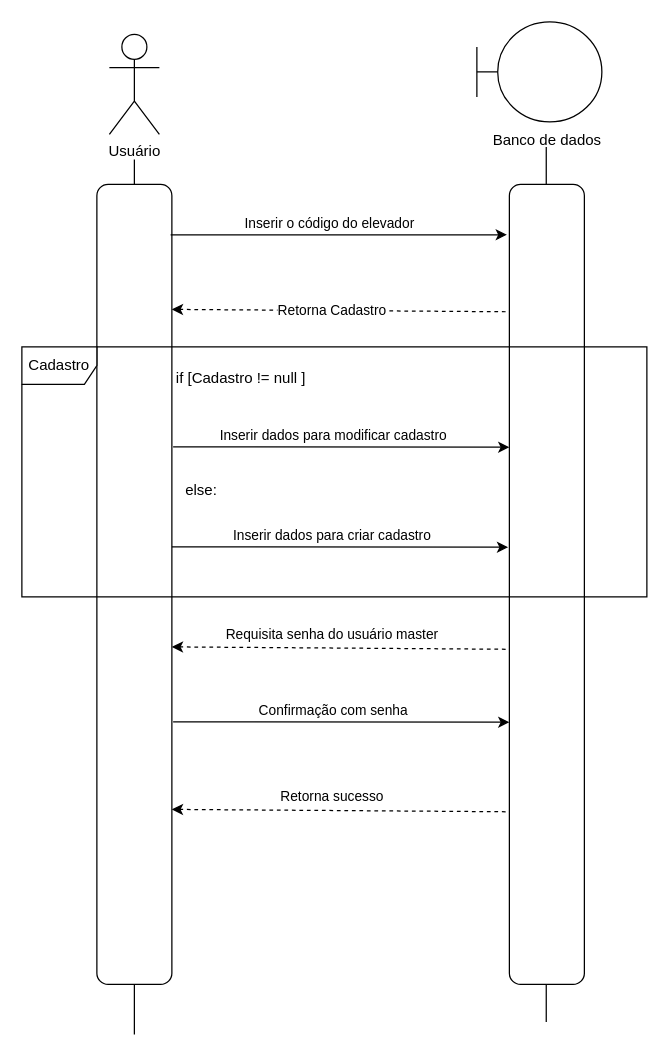
Above: SequenciaCadastroEle.drawio in joca2511/projElevadorUML (draw.io), before the change. Source tidied: cells renumbered, new cells numbered last; positions are measured from the earlier drawing's top-left corner, leaving out a move shared by most shapes. Both pictures are drawn from the tidied source at 125%, with x=0, y=0 at pixel (-266, 21).
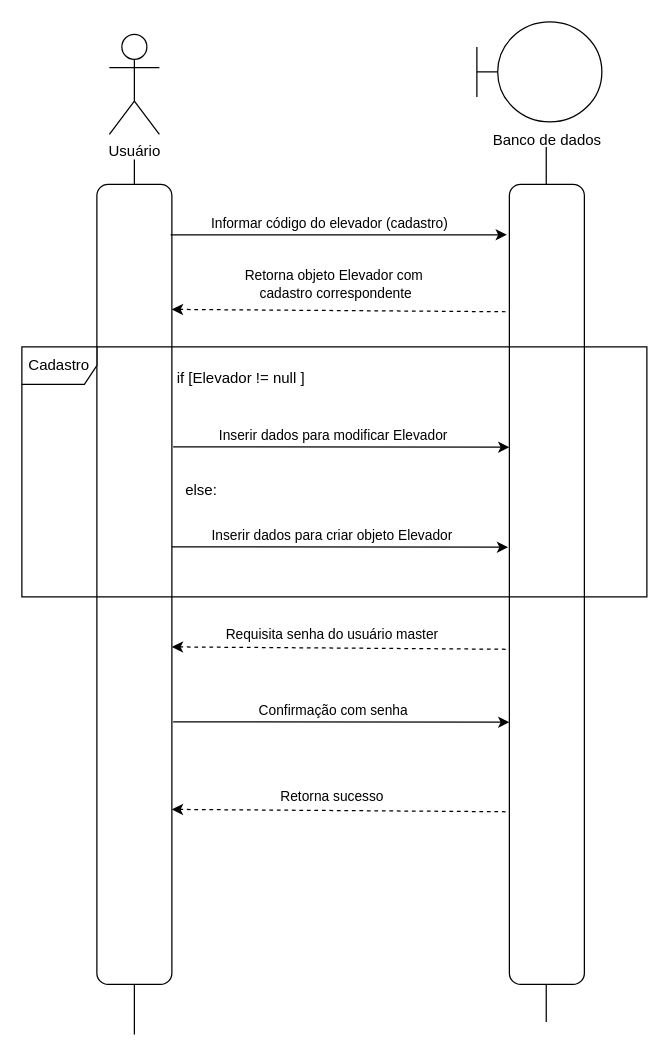
Above is the later version.

Unchanged cells that the change refers to:
```xml
<mxCell id="6" style="endArrow=classic;html=1;rounded=0;exitX=0.063;exitY=0.017;exitDx=0;exitDy=0;exitPerimeter=0;entryX=0.063;entryY=1.033;entryDx=0;entryDy=0;entryPerimeter=0;" parent="1" edge="1" source="5">
  <mxGeometry relative="1" as="geometry">
    <mxPoint x="618" y="170.3" as="targetPoint" />
  </mxGeometry>
</mxCell>
<mxCell id="13" style="endArrow=classic;html=1;rounded=0;exitX=0.222;exitY=1.05;exitDx=0;exitDy=0;exitPerimeter=0;entryX=0.219;entryY=0;entryDx=0;entryDy=0;entryPerimeter=0;endFill=1;strokeColor=default;dashed=1;" parent="1" edge="1">
  <mxGeometry relative="1" as="geometry">
    <mxPoint x="617" y="231.9" as="sourcePoint" />
    <mxPoint x="350" y="230" as="targetPoint" />
  </mxGeometry>
</mxCell>
<mxCell id="15" style="endArrow=classic;html=1;rounded=0;exitX=0.063;exitY=0.017;exitDx=0;exitDy=0;exitPerimeter=0;entryX=0.063;entryY=1.033;entryDx=0;entryDy=0;entryPerimeter=0;" parent="1" edge="1">
  <mxGeometry relative="1" as="geometry">
    <mxPoint x="351" y="340" as="sourcePoint" />
    <mxPoint x="620" y="340.3" as="targetPoint" />
  </mxGeometry>
</mxCell>
<mxCell id="20" style="endArrow=classic;html=1;rounded=0;exitX=0.063;exitY=0.017;exitDx=0;exitDy=0;exitPerimeter=0;entryX=0.063;entryY=1.033;entryDx=0;entryDy=0;entryPerimeter=0;" parent="1" edge="1">
  <mxGeometry relative="1" as="geometry">
    <mxPoint x="350" y="420" as="sourcePoint" />
    <mxPoint x="619" y="420.3" as="targetPoint" />
  </mxGeometry>
</mxCell>
```

What changed in the source:
```diff
@@
-    <mxCell id="7" value="Inserir o código do elevador" style="edgeLabel;html=1;align=center;verticalAlign=middle;" parent="6" vertex="1">
+    <mxCell id="7" value="Informar código do elevador (cadastro)" style="edgeLabel;html=1;align=center;verticalAlign=middle;" parent="6" vertex="1">
       <mxGeometry x="-0.08" y="3" relative="1" as="geometry">
         <mxPoint x="3" y="-7" as="offset" />
       </mxGeometry>
     </mxCell>
@@
-    <mxCell id="14" value="Retorna Cadastro" style="edgeLabel;html=1;align=center;verticalAlign=middle;" parent="13" vertex="1">
-      <mxGeometry x="0.05" relative="1" as="geometry" />
+    <mxCell id="14" value="Retorna objeto Elevador com&amp;nbsp;&lt;div&gt;cadastro correspondente&lt;/div&gt;" style="edgeLabel;html=1;align=center;verticalAlign=middle;" parent="13" vertex="1">
+      <mxGeometry x="0.05" relative="1" as="geometry">
+        <mxPoint x="3" y="-21" as="offset" />
+      </mxGeometry>
     </mxCell>
@@
-    <mxCell id="16" value="Inserir dados para modificar cadastro" style="edgeLabel;html=1;align=center;verticalAlign=middle;" parent="15" vertex="1">
+    <mxCell id="16" value="Inserir dados para modificar Elevador" style="edgeLabel;html=1;align=center;verticalAlign=middle;" parent="15" vertex="1">
       <mxGeometry x="-0.08" y="3" relative="1" as="geometry">
         <mxPoint x="3" y="-7" as="offset" />
       </mxGeometry>
     </mxCell>
@@
-    <mxCell id="18" value="if [Cadastro != null ]" style="text;html=1;align=center;verticalAlign=middle;strokeColor=none;fillColor=none;" parent="1" vertex="1">
+    <mxCell id="18" value="if [Elevador != null ]" style="text;html=1;align=center;verticalAlign=middle;strokeColor=none;fillColor=none;" parent="1" vertex="1">
       <mxGeometry x="340" y="270" width="130" height="30" as="geometry" />
     </mxCell>
@@
-    <mxCell id="21" value="Inserir dados para criar cadastro" style="edgeLabel;html=1;align=center;verticalAlign=middle;" parent="20" vertex="1">
+    <mxCell id="21" value="Inserir dados para criar objeto Elevador" style="edgeLabel;html=1;align=center;verticalAlign=middle;" parent="20" vertex="1">
       <mxGeometry x="-0.08" y="3" relative="1" as="geometry">
         <mxPoint x="3" y="-7" as="offset" />
       </mxGeometry>
     </mxCell>
```
